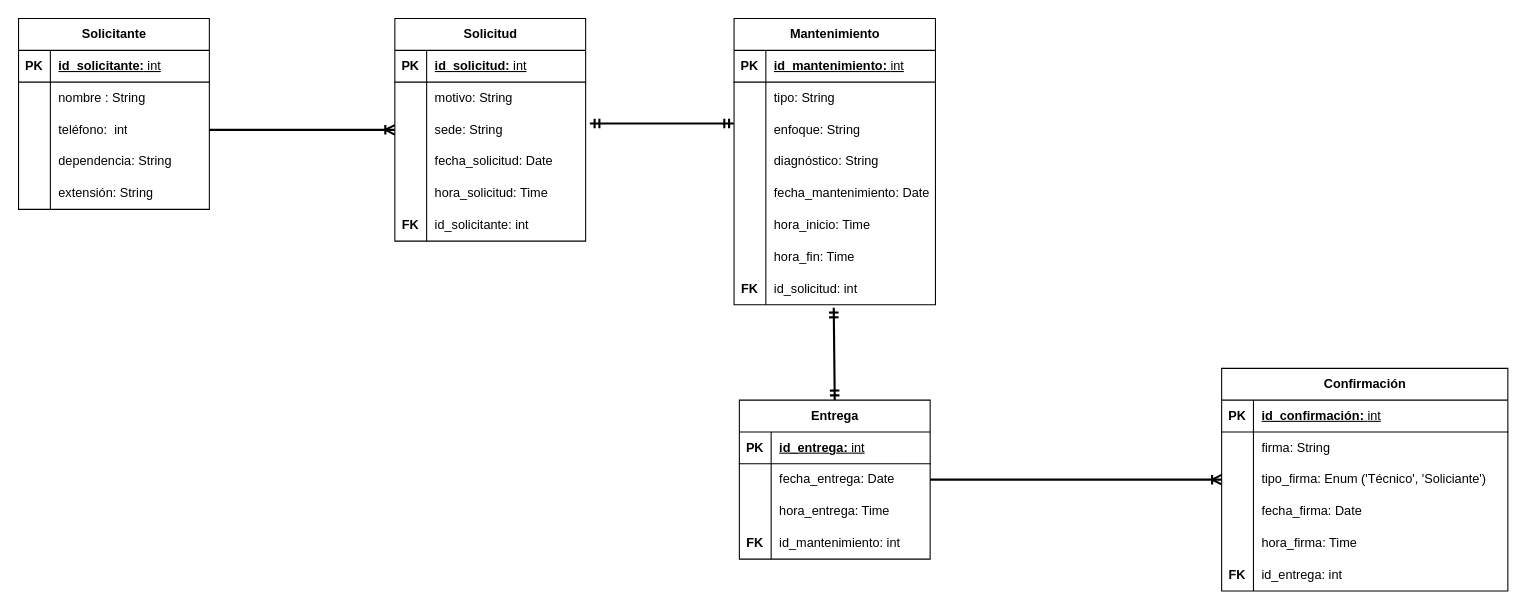
Above: Relation model Software and hardware maintenance.drawio in DevKike/maintenance_management_system (draw.io), before the change. Source tidied: cells renumbered, new cells numbered last; positions are measured from the earlier drawing's top-left corner, leaving out a move shared by most shapes. Both pictures are drawn from the tidied source at 106%, with x=0, y=0 at pixel (18, 18).
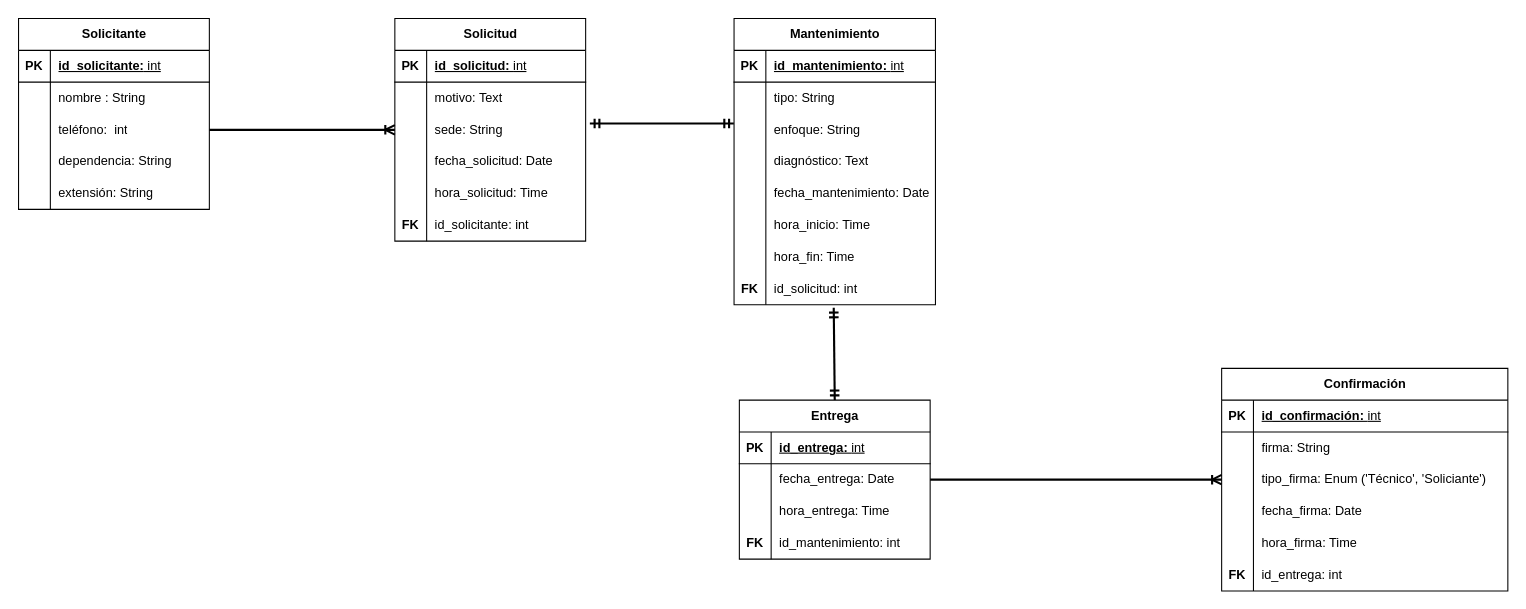
After the change.

Unchanged cells that the change refers to:
```xml
<mxCell id="22" style="shape=tableRow;horizontal=0;startSize=0;swimlaneHead=0;swimlaneBody=0;fillColor=none;top=0;left=0;right=0;bottom=0;" parent="18" vertex="1">
  <mxGeometry y="60" width="180" height="30" as="geometry" />
</mxCell>
<mxCell id="47" style="shape=tableRow;horizontal=0;startSize=0;swimlaneHead=0;swimlaneBody=0;fillColor=none;top=0;left=0;right=0;bottom=0;" parent="37" vertex="1">
  <mxGeometry y="120" width="190" height="30" as="geometry" />
</mxCell>
```

Diff of the diagram source:
```diff
@@
-    <mxCell id="24" value="motivo: String" style="shape=partialRectangle;fillColor=none;top=0;left=0;bottom=0;right=0;align=left;spacingLeft=6;overflow=hidden;whiteSpace=wrap;html=1;" parent="22" vertex="1">
+    <mxCell id="24" value="motivo: Text" style="shape=partialRectangle;fillColor=none;top=0;left=0;bottom=0;right=0;align=left;spacingLeft=6;overflow=hidden;whiteSpace=wrap;html=1;" parent="22" vertex="1">
       <mxGeometry x="30" width="150" height="30" as="geometry" />
     </mxCell>
@@
-    <mxCell id="49" value="diagnóstico: String" style="shape=partialRectangle;fillColor=none;top=0;left=0;bottom=0;right=0;align=left;spacingLeft=6;overflow=hidden;whiteSpace=wrap;html=1;" parent="47" vertex="1">
+    <mxCell id="49" value="diagnóstico: Text" style="shape=partialRectangle;fillColor=none;top=0;left=0;bottom=0;right=0;align=left;spacingLeft=6;overflow=hidden;whiteSpace=wrap;html=1;" parent="47" vertex="1">
       <mxGeometry x="30" width="160" height="30" as="geometry" />
     </mxCell>
```
